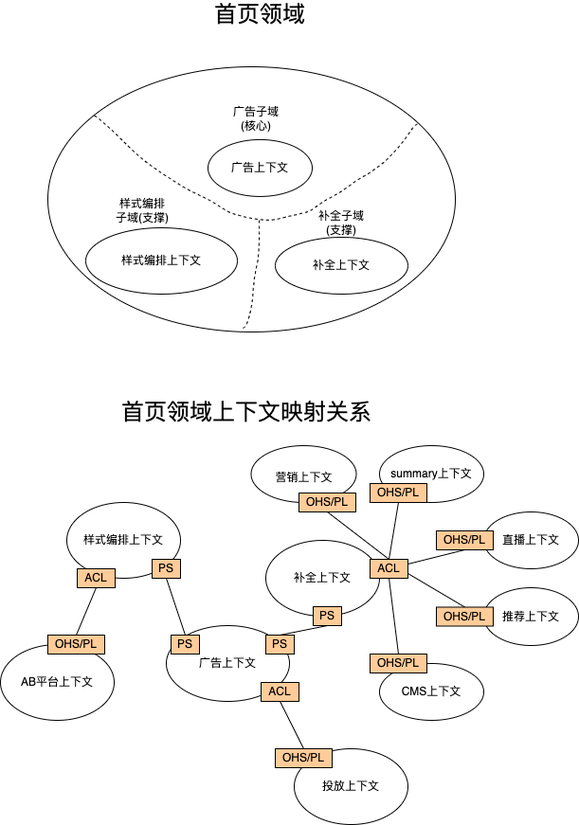
Above: 领域图.png in Ant-dong/images (draw.io), before the change. Source tidied: cells renumbered, new cells last; positions are measured from the earlier drawing's top-left corner, leaving out a move shared by most shapes.
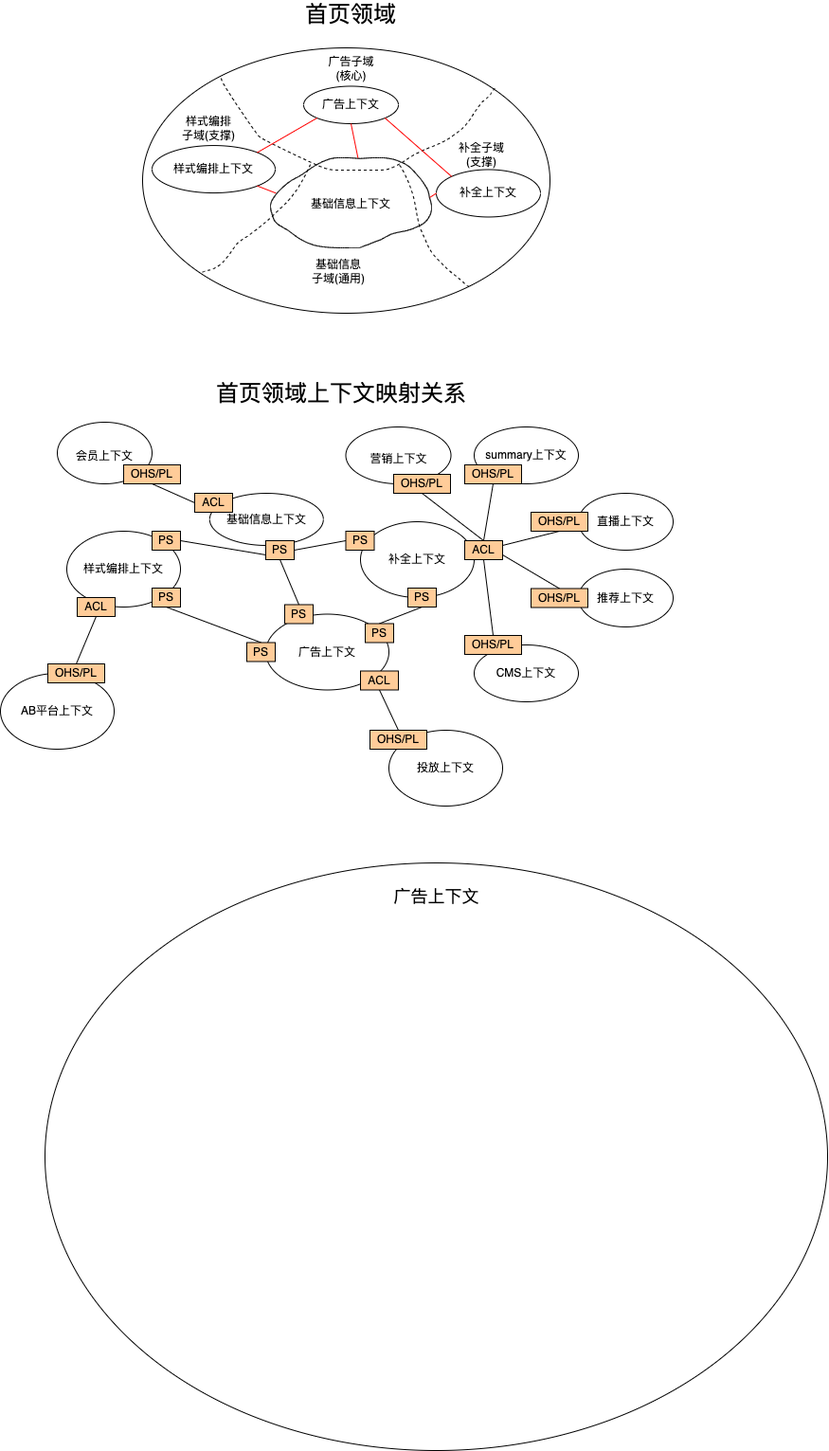
Above is the later version.

Commit message:
更新领域图.png

Change to the diagram source:
```diff
@@ -2,8 +2,14 @@
   <root>
     <mxCell id="0" />
     <mxCell id="1" parent="0" />
+    <mxCell id="19" style="ellipse;whiteSpace=wrap;html=1;fontSize=12;" parent="1" vertex="1">
+      <mxGeometry x="50" y="70" width="430" height="280" as="geometry" />
+    </mxCell>
+    <mxCell id="57" style="shape=(stored shape, 1588 characters);fillColor=none;fontSize=12;dashed=1;" parent="1" vertex="1">
+      <mxGeometry x="133" y="102" width="288.9" height="97" as="geometry" />
+    </mxCell>
     <mxCell id="2" value="&lt;font style=&quot;font-size: 24px&quot;&gt;首页领域&lt;/font&gt;" style="text;html=1;strokeColor=none;fillColor=none;align=center;verticalAlign=middle;whiteSpace=wrap;rounded=0;fontSize=12;" parent="1" vertex="1">
-      <mxGeometry x="199" width="150" height="30" as="geometry" />
+      <mxGeometry x="195" y="20" width="150" height="30" as="geometry" />
     </mxCell>
     <mxCell id="3" value="&lt;font style=&quot;font-size: 24px&quot;&gt;首页领域上下文映射关系&lt;/font&gt;" style="text;html=1;strokeColor=none;fillColor=none;align=center;verticalAlign=middle;whiteSpace=wrap;rounded=0;fontSize=12;" parent="1" vertex="1">
       <mxGeometry x="120" y="425" width="280" height="20" as="geometry" />
@@ -20,17 +26,8 @@
     <mxCell id="7" style="endArrow=none;html=1;rounded=0;fontSize=12;entryX=0.5;entryY=1;entryDx=0;entryDy=0;exitX=0.5;exitY=0;exitDx=0;exitDy=0;" parent="1" edge="1" source="13" target="17">
       <mxGeometry relative="1" as="geometry" />
     </mxCell>
-    <mxCell id="8" style="group;" parent="1" vertex="1">
-      <mxGeometry x="290" y="790" width="140" height="80" as="geometry" />
-    </mxCell>
-    <mxCell id="9" value="投放上下文" style="ellipse;whiteSpace=wrap;html=1;fontSize=12;" parent="8" vertex="1">
-      <mxGeometry x="20" width="120" height="80" as="geometry" />
-    </mxCell>
-    <mxCell id="10" value="OHS/PL" style="rounded=0;whiteSpace=wrap;html=1;fontSize=12;fillColor=#FFCC99;" parent="8" vertex="1">
-      <mxGeometry width="60" height="20" as="geometry" />
-    </mxCell>
     <mxCell id="11" style="group;" parent="1" vertex="1">
-      <mxGeometry y="670" width="120" height="90" as="geometry" />
+      <mxGeometry x="-100" y="720" width="120" height="90" as="geometry" />
     </mxCell>
     <mxCell id="12" value="AB平台上下文" style="ellipse;whiteSpace=wrap;html=1;fontSize=12;" parent="11" vertex="1">
       <mxGeometry y="10" width="120" height="80" as="geometry" />
@@ -39,7 +36,7 @@
       <mxGeometry x="50" width="60" height="20" as="geometry" />
     </mxCell>
     <mxCell id="14" style="group;" parent="1" vertex="1">
-      <mxGeometry x="70" y="530" width="120" height="90" as="geometry" />
+      <mxGeometry x="-30" y="580" width="120" height="90" as="geometry" />
     </mxCell>
     <mxCell id="15" value="样式编排上下文" style="ellipse;whiteSpace=wrap;html=1;fontSize=12;" parent="14" vertex="1">
       <mxGeometry width="120" height="80" as="geometry" />
@@ -50,36 +47,9 @@
     <mxCell id="17" value="ACL" style="rounded=0;whiteSpace=wrap;html=1;fontSize=12;fillColor=#FFCC99;" parent="14" vertex="1">
       <mxGeometry x="11" y="70" width="40" height="20" as="geometry" />
     </mxCell>
-    <mxCell id="18" style="group;" parent="1" vertex="1">
-      <mxGeometry x="50" y="70" width="430" height="280" as="geometry" />
-    </mxCell>
-    <mxCell id="19" style="ellipse;whiteSpace=wrap;html=1;fontSize=12;" parent="18" vertex="1">
-      <mxGeometry width="430" height="280" as="geometry" />
-    </mxCell>
-    <mxCell id="20" style="shape=(stored shape, 1632 characters);fillColor=none;fontSize=12;dashed=1;" parent="18" vertex="1">
-      <mxGeometry x="49" y="52" width="342" height="109.9" as="geometry" />
-    </mxCell>
-    <mxCell id="21" style="shape=(stored shape, 876 characters);fillColor=none;fontSize=12;dashed=1;" parent="18" vertex="1">
-      <mxGeometry x="205" y="162" width="18" height="115" as="geometry" />
-    </mxCell>
-    <mxCell id="22" value="广告上下文" style="ellipse;whiteSpace=wrap;html=1;fontSize=12;" parent="18" vertex="1">
-      <mxGeometry x="169" y="76.9" width="110" height="60" as="geometry" />
-    </mxCell>
-    <mxCell id="23" value="广告子域(核心)" style="text;html=1;strokeColor=none;fillColor=none;align=center;verticalAlign=middle;whiteSpace=wrap;rounded=0;fontSize=12;" parent="18" vertex="1">
-      <mxGeometry x="190" y="40" width="60" height="30" as="geometry" />
-    </mxCell>
-    <mxCell id="24" value="样式编排上下文" style="ellipse;whiteSpace=wrap;html=1;fontSize=12;" parent="18" vertex="1">
-      <mxGeometry x="40" y="170" width="160" height="70" as="geometry" />
-    </mxCell>
-    <mxCell id="25" value="补全上下文" style="ellipse;whiteSpace=wrap;html=1;fontSize=12;" parent="18" vertex="1">
-      <mxGeometry x="240" y="180" width="140" height="60" as="geometry" />
-    </mxCell>
-    <mxCell id="26" value="补全子域(支撑)" style="text;html=1;strokeColor=none;fillColor=none;align=center;verticalAlign=middle;whiteSpace=wrap;rounded=0;fontSize=12;" parent="18" vertex="1">
-      <mxGeometry x="280" y="150" width="60" height="30" as="geometry" />
-    </mxCell>
-    <mxCell id="27" value="样式编排子域(支撑)" style="text;html=1;strokeColor=none;fillColor=none;align=center;verticalAlign=middle;whiteSpace=wrap;rounded=0;fontSize=12;" parent="18" vertex="1">
-      <mxGeometry x="70" y="136.9" width="60" height="30" as="geometry" />
-    </mxCell>
+    <mxCell id="58" value="PS" style="rounded=0;whiteSpace=wrap;html=1;fontSize=12;fillColor=#FFCC99;" parent="14" vertex="1">
+      <mxGeometry x="90" width="30" height="20" as="geometry" />
+    </mxCell>
     <mxCell id="28" style="endArrow=none;html=1;rounded=0;fontSize=12;entryX=0.5;entryY=1;entryDx=0;entryDy=0;exitX=0.5;exitY=0;exitDx=0;exitDy=0;" parent="1" edge="1" source="56" target="44">
       <mxGeometry relative="1" as="geometry" />
     </mxCell>
@@ -141,7 +111,7 @@
       <mxGeometry x="50.5" y="50" width="60" height="20" as="geometry" />
     </mxCell>
     <mxCell id="48" style="group;" parent="1" vertex="1">
-      <mxGeometry x="175" y="660" width="140" height="80" as="geometry" />
+      <mxGeometry x="180" y="667.5" width="140" height="80" as="geometry" />
     </mxCell>
     <mxCell id="49" value="广告上下文" style="ellipse;whiteSpace=wrap;html=1;fontSize=12;" parent="48" vertex="1">
       <mxGeometry width="130" height="80" as="geometry" />
@@ -153,8 +123,11 @@
       <mxGeometry x="105" y="10" width="30" height="20" as="geometry" />
     </mxCell>
     <mxCell id="52" value="PS" style="rounded=0;whiteSpace=wrap;html=1;fontSize=12;fillColor=#FFCC99;" parent="48" vertex="1">
-      <mxGeometry x="5" y="10" width="30" height="20" as="geometry" />
+      <mxGeometry x="-20" y="30" width="30" height="20" as="geometry" />
     </mxCell>
+    <mxCell id="59" value="PS" style="rounded=0;whiteSpace=wrap;html=1;fontSize=12;fillColor=#FFCC99;" parent="48" vertex="1">
+      <mxGeometry x="20" y="-10" width="30" height="20" as="geometry" />
+    </mxCell>
     <mxCell id="53" style="group;" parent="1" vertex="1">
       <mxGeometry x="280" y="570" width="150" height="90" as="geometry" />
     </mxCell>
@@ -167,5 +140,98 @@
     <mxCell id="56" value="ACL" style="rounded=0;whiteSpace=wrap;html=1;fontSize=12;fillColor=#FFCC99;" parent="53" vertex="1">
       <mxGeometry x="110" y="20" width="40" height="20" as="geometry" />
     </mxCell>
+    <mxCell id="60" style="ellipse;whiteSpace=wrap;html=1;fontSize=12;" parent="1" vertex="1">
+      <mxGeometry x="-53" y="930" width="826" height="620" as="geometry" />
+    </mxCell>
+    <mxCell id="61" value="&lt;font style=&quot;font-size: 18px&quot;&gt;广告上下文&lt;/font&gt;" style="text;html=1;strokeColor=none;fillColor=none;align=center;verticalAlign=middle;whiteSpace=wrap;rounded=0;fontSize=12;" parent="1" vertex="1">
+      <mxGeometry x="307.5" y="950" width="105" height="30" as="geometry" />
+    </mxCell>
+    <mxCell id="62" value="&lt;font style=&quot;font-size: 12px&quot;&gt;会员上下文&lt;/font&gt;" style="ellipse;whiteSpace=wrap;html=1;fontSize=18;fillColor=#FFFFFF;" parent="1" vertex="1">
+      <mxGeometry x="-40" y="465" width="100" height="65" as="geometry" />
+    </mxCell>
+    <mxCell id="63" style="group;" parent="1" vertex="1">
+      <mxGeometry x="60" y="140" width="130" height="83.1" as="geometry" />
+    </mxCell>
+    <mxCell id="24" value="样式编排上下文" style="ellipse;whiteSpace=wrap;html=1;fontSize=12;" parent="63" vertex="1">
+      <mxGeometry y="33.1" width="130" height="50" as="geometry" />
+    </mxCell>
+    <mxCell id="27" value="样式编排子域(支撑)" style="text;html=1;strokeColor=none;fillColor=none;align=center;verticalAlign=middle;whiteSpace=wrap;rounded=0;fontSize=12;" parent="63" vertex="1">
+      <mxGeometry x="30" width="60" height="30" as="geometry" />
+    </mxCell>
+    <mxCell id="64" style="group;" parent="1" vertex="1">
+      <mxGeometry x="360" y="168.5" width="110" height="80" as="geometry" />
+    </mxCell>
+    <mxCell id="25" value="补全上下文" style="ellipse;whiteSpace=wrap;html=1;fontSize=12;" parent="64" vertex="1">
+      <mxGeometry y="30" width="110" height="50" as="geometry" />
+    </mxCell>
+    <mxCell id="26" value="补全子域(支撑)" style="text;html=1;strokeColor=none;fillColor=none;align=center;verticalAlign=middle;whiteSpace=wrap;rounded=0;fontSize=12;" parent="64" vertex="1">
+      <mxGeometry x="18.1" width="60" height="30" as="geometry" />
+    </mxCell>
+    <mxCell id="65" style="shape=(stored shape, 1172 characters);fillColor=none;fontSize=12;dashed=1;" parent="1" vertex="1">
+      <mxGeometry x="111" y="193" width="116" height="115" as="geometry" />
+    </mxCell>
+    <mxCell id="66" style="shape=(stored shape, 984 characters);fillColor=none;fontSize=12;dashed=1;" parent="1" vertex="1">
+      <mxGeometry x="321" y="194" width="73" height="127" as="geometry" />
+    </mxCell>
+    <mxCell id="67" value="基础信息子域(通用)" style="text;html=1;strokeColor=none;fillColor=none;align=center;verticalAlign=middle;whiteSpace=wrap;rounded=0;fontSize=12;" parent="1" vertex="1">
+      <mxGeometry x="227" y="291" width="60" height="30" as="geometry" />
+    </mxCell>
+    <mxCell id="68" value="基础信息上下文" style="shape=(stored shape, 2604 characters);fillColor=none;fontSize=12;" parent="1" vertex="1">
+      <mxGeometry x="185" y="186" width="170" height="95" as="geometry" />
+    </mxCell>
+    <mxCell id="22" value="广告上下文" style="ellipse;whiteSpace=wrap;html=1;fontSize=12;" parent="1" vertex="1">
+      <mxGeometry x="220" y="110.5" width="100" height="39.5" as="geometry" />
+    </mxCell>
+    <mxCell id="23" value="广告子域(核心)" style="text;html=1;strokeColor=none;fillColor=none;align=center;verticalAlign=middle;whiteSpace=wrap;rounded=0;fontSize=12;" parent="1" vertex="1">
+      <mxGeometry x="240.8" y="80" width="59.5" height="24.8" as="geometry" />
+    </mxCell>
+    <mxCell id="69" style="endArrow=none;html=1;rounded=0;fontSize=12;entryX=0.5;entryY=1;entryDx=0;entryDy=0;exitX=0.543;exitY=0;exitDx=0;exitDy=0;exitPerimeter=0;strokeColor=#FF0000;" parent="1" edge="1" source="68" target="22">
+      <mxGeometry relative="1" as="geometry" />
+    </mxCell>
+    <mxCell id="70" style="endArrow=none;html=1;rounded=0;fontSize=12;entryX=1;entryY=1;entryDx=0;entryDy=0;exitX=0;exitY=0;exitDx=0;exitDy=0;strokeColor=#FF0000;" parent="1" edge="1" source="25" target="22">
+      <mxGeometry relative="1" as="geometry" />
+    </mxCell>
+    <mxCell id="71" style="endArrow=none;html=1;rounded=0;fontSize=12;entryX=0;entryY=1;entryDx=0;entryDy=0;exitX=1;exitY=0;exitDx=0;exitDy=0;strokeColor=#FF0000;" parent="1" edge="1" source="24" target="22">
+      <mxGeometry relative="1" as="geometry" />
+    </mxCell>
+    <mxCell id="72" style="endArrow=none;html=1;rounded=0;fontSize=12;entryX=1;entryY=1;entryDx=0;entryDy=0;exitX=0.033;exitY=0.392;exitDx=0;exitDy=0;exitPerimeter=0;strokeColor=#FF0000;" parent="1" edge="1" source="68" target="24">
+      <mxGeometry relative="1" as="geometry" />
+    </mxCell>
+    <mxCell id="73" style="endArrow=none;html=1;rounded=0;fontSize=12;entryX=0;entryY=0.5;entryDx=0;entryDy=0;exitX=0.99;exitY=0.44;exitDx=0;exitDy=0;exitPerimeter=0;strokeColor=#FF0000;" parent="1" edge="1" source="68" target="25">
+      <mxGeometry relative="1" as="geometry" />
+    </mxCell>
+    <mxCell id="74" value="基础信息上下文" style="ellipse;whiteSpace=wrap;html=1;fontSize=12;fillColor=#FFFFFF;" parent="1" vertex="1">
+      <mxGeometry x="120.8" y="540" width="120" height="55" as="geometry" />
+    </mxCell>
+    <mxCell id="75" value="PS" style="rounded=0;whiteSpace=wrap;html=1;fontSize=12;fillColor=#FFCC99;" parent="1" vertex="1">
+      <mxGeometry x="180" y="590" width="30" height="20" as="geometry" />
+    </mxCell>
+    <mxCell id="76" style="endArrow=none;html=1;rounded=0;fontSize=12;entryX=0.5;entryY=1;entryDx=0;entryDy=0;exitX=0.5;exitY=0;exitDx=0;exitDy=0;" parent="1" edge="1" source="59" target="75">
+      <mxGeometry relative="1" as="geometry" />
+    </mxCell>
+    <mxCell id="9" value="投放上下文" style="ellipse;whiteSpace=wrap;html=1;fontSize=12;" parent="1" vertex="1">
+      <mxGeometry x="310" y="790" width="120" height="80" as="geometry" />
+    </mxCell>
+    <mxCell id="10" value="OHS/PL" style="rounded=0;whiteSpace=wrap;html=1;fontSize=12;fillColor=#FFCC99;" parent="1" vertex="1">
+      <mxGeometry x="290" y="790" width="60" height="20" as="geometry" />
+    </mxCell>
+    <mxCell id="77" value="OHS/PL" style="rounded=0;whiteSpace=wrap;html=1;fontSize=12;fillColor=#FFCC99;" parent="1" vertex="1">
+      <mxGeometry x="30" y="510" width="60" height="20" as="geometry" />
+    </mxCell>
+    <mxCell id="78" value="ACL" style="rounded=0;whiteSpace=wrap;html=1;fontSize=12;fillColor=#FFCC99;" parent="1" vertex="1">
+      <mxGeometry x="105" y="540" width="40" height="20" as="geometry" />
+    </mxCell>
+    <mxCell id="79" style="endArrow=none;html=1;rounded=0;fontSize=12;entryX=0.5;entryY=1;entryDx=0;entryDy=0;exitX=0;exitY=0.5;exitDx=0;exitDy=0;" parent="1" edge="1" source="78" target="77">
+      <mxGeometry relative="1" as="geometry" />
+    </mxCell>
+    <mxCell id="80" value="PS" style="rounded=0;whiteSpace=wrap;html=1;fontSize=12;fillColor=#FFCC99;" parent="1" vertex="1">
+      <mxGeometry x="264.5" y="580" width="30" height="20" as="geometry" />
+    </mxCell>
+    <mxCell id="81" style="endArrow=none;html=1;rounded=0;fontSize=12;entryX=0;entryY=0.5;entryDx=0;entryDy=0;exitX=1;exitY=0.5;exitDx=0;exitDy=0;" parent="1" edge="1" source="75" target="80">
+      <mxGeometry relative="1" as="geometry" />
+    </mxCell>
+    <mxCell id="82" style="endArrow=none;html=1;rounded=0;fontSize=12;entryX=0;entryY=0.75;entryDx=0;entryDy=0;exitX=1;exitY=0.5;exitDx=0;exitDy=0;" parent="1" edge="1" source="58" target="75">
+      <mxGeometry relative="1" as="geometry" />
+    </mxCell>
   </root>
 </mxGraphModel>
```
